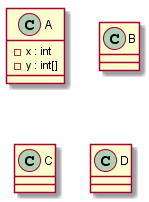
This is JavaUMLParser/src/test/resources/Test-Case-1/output.png from MeenakshiParyani/CMPE-202, a PlantUML export, as it was before one commit.
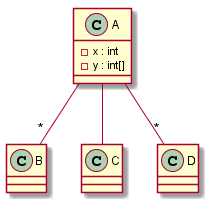
Above is the later version.

The edit, as a diff of the source:
```diff
@@ -13,4 +13,7 @@
 class D {
 }
 
+A -- " *" B
+A -- C
+A -- " *" D
 @enduml
```
